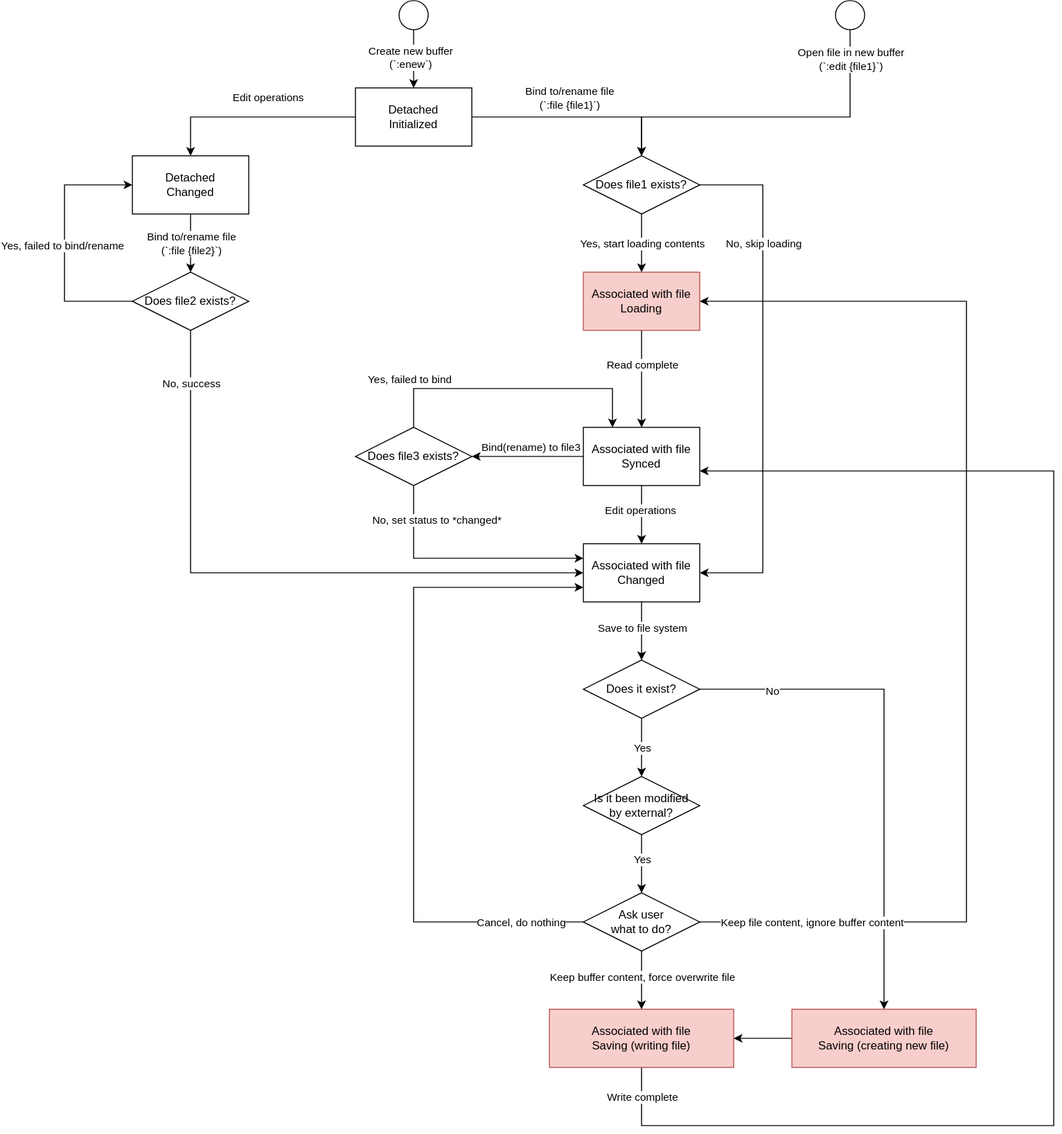
Earlier version of the draw.io export images/4-WindowsAndBuffers-1-FileBuffer.1.drawio.svg (rsvim/rfc). Source tidied: cells renumbered, new cells last; positions are measured from the earlier drawing's top-left corner, leaving out a move shared by most shapes.
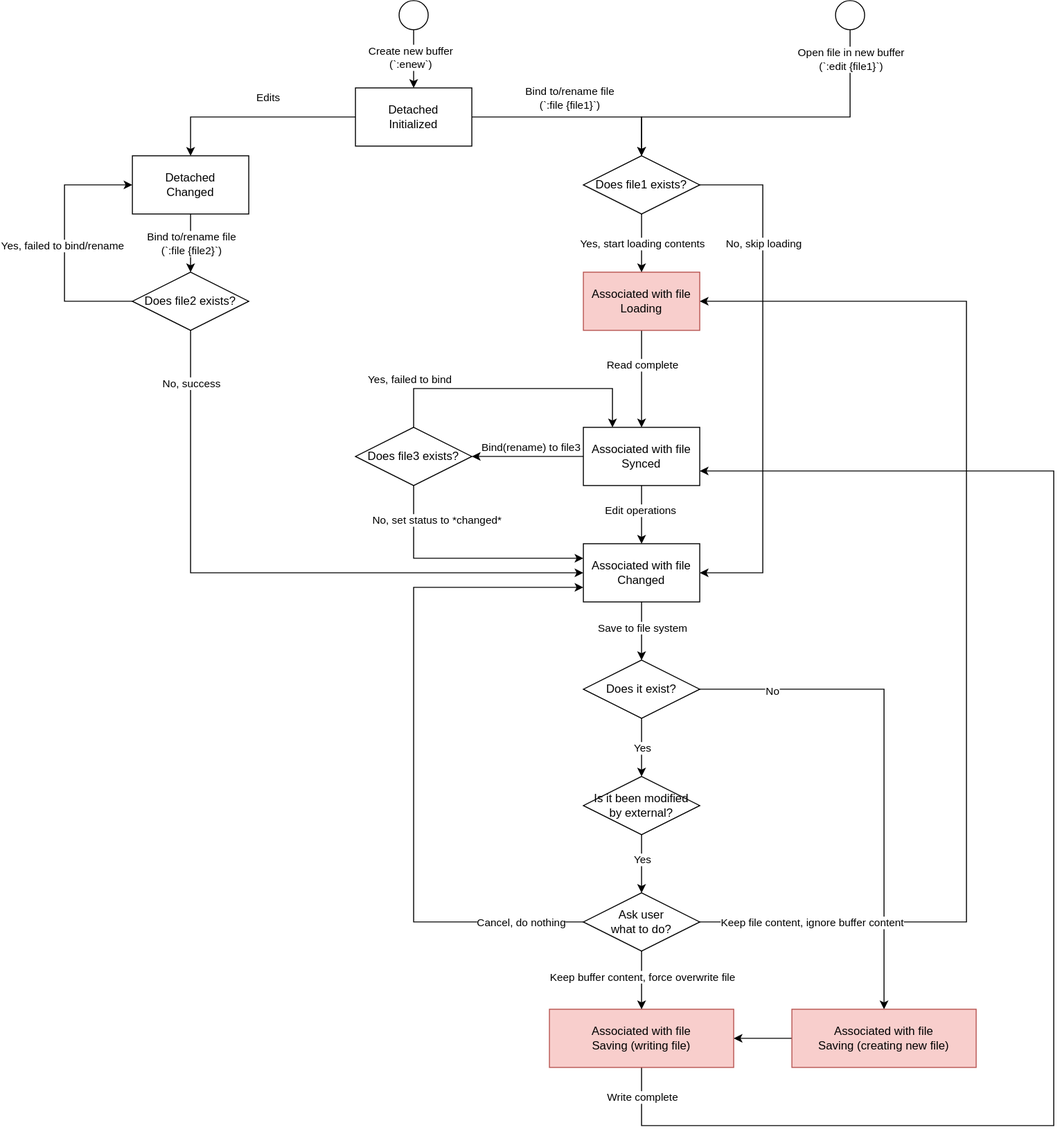
After the change.

What changed in the source:
```diff
@@ -10,7 +10,7 @@
         <mxPoint x="23" y="-20" as="offset" />
       </mxGeometry>
     </mxCell>
-    <mxCell id="4" value="Edit operations" style="edgeStyle=orthogonalEdgeStyle;rounded=0;jettySize=auto;html=1;entryX=0.5;entryY=0;entryDx=0;entryDy=0;" parent="1" edge="1" source="5" target="11">
+    <mxCell id="4" value="Edits" style="edgeStyle=orthogonalEdgeStyle;rounded=0;jettySize=auto;html=1;entryX=0.5;entryY=0;entryDx=0;entryDy=0;" parent="1" edge="1" source="5" target="11">
       <mxGeometry x="-0.14" y="-20" relative="1" as="geometry" />
     </mxCell>
     <mxCell id="5" value="Detached&lt;br&gt;Initialized" style="rounded=0;whiteSpace=wrap;html=1;" parent="1" vertex="1">
```
